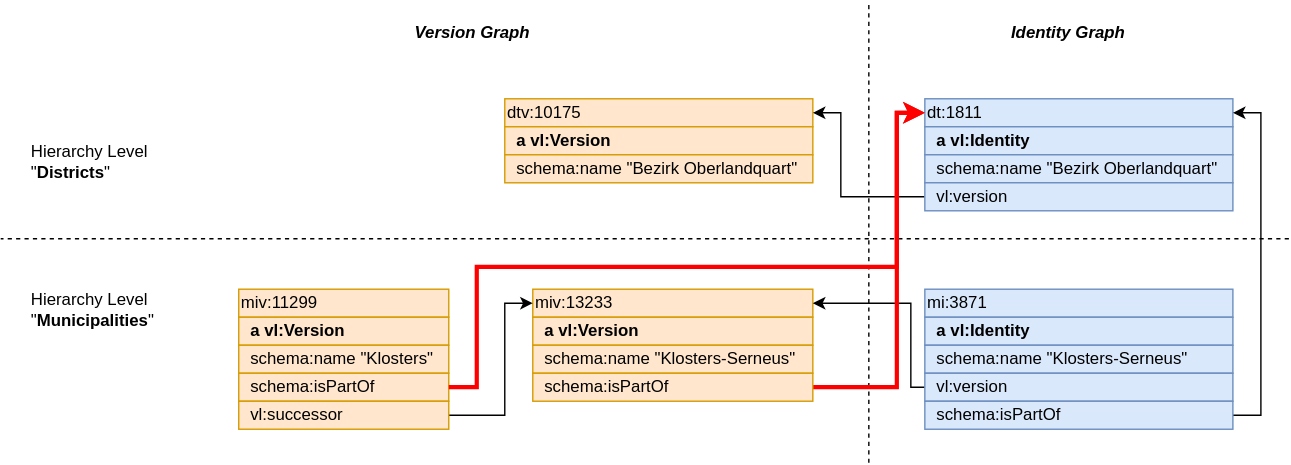
The draw.io diagram img/linking_hierarchies.svg in SwissFederalArchives/version-link, before a commit. Source tidied: cells renumbered, new cells last; positions are measured from the earlier drawing's top-left corner, leaving out a move shared by most shapes.
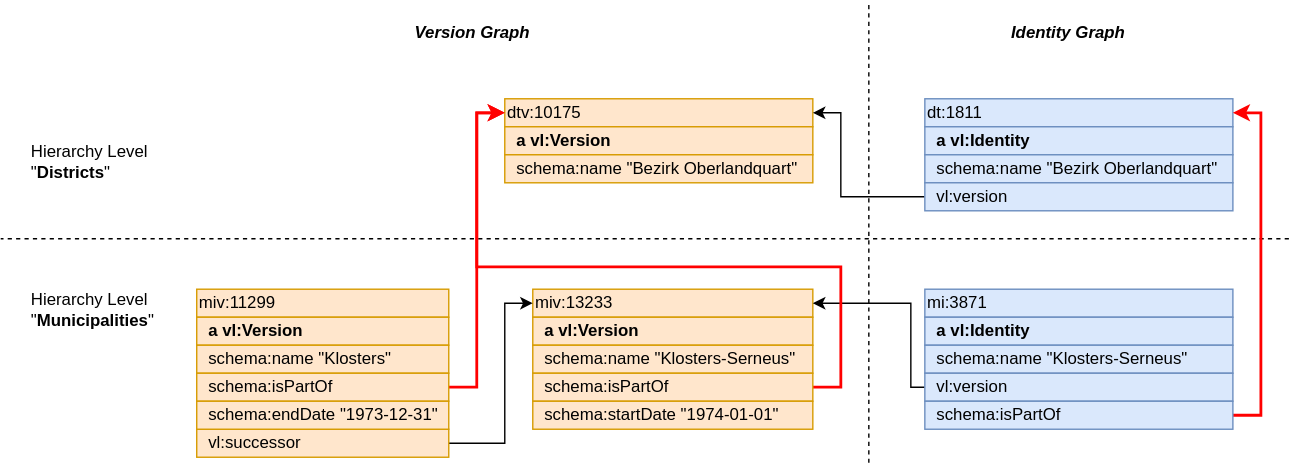
Later version of the same file.

Diff of the diagram source:
```diff
@@ -78,18 +78,20 @@
     <mxCell id="21" value="&amp;nbsp; vl:version" style="rounded=0;whiteSpace=wrap;html=1;fillColor=#dae8fc;strokeColor=#6c8ebf;align=left;fontSize=12;" parent="1" vertex="1">
       <mxGeometry x="660" y="130" width="220" height="20" as="geometry" />
     </mxCell>
-    <mxCell id="22" style="edgeStyle=orthogonalEdgeStyle;rounded=0;html=1;exitX=1;exitY=0.5;exitDx=0;exitDy=0;entryX=0;entryY=0.5;entryDx=0;entryDy=0;strokeColor=#FF0000;strokeWidth=3;" parent="1" edge="1" source="23" target="17">
-      <mxGeometry relative="1" as="geometry">
-        <Array as="points">
-          <mxPoint x="640" y="276" />
-          <mxPoint x="640" y="80" />
-        </Array>
-      </mxGeometry>
-    </mxCell>
+    <mxCell id="35" style="edgeStyle=orthogonalEdgeStyle;rounded=0;html=1;exitX=1;exitY=0.5;exitDx=0;exitDy=0;entryX=0;entryY=0.5;entryDx=0;entryDy=0;fillColor=#f8cecc;strokeColor=#FF0000;strokeWidth=2;" parent="1" edge="1" source="23" target="14">
+      <mxGeometry relative="1" as="geometry">
+        <Array as="points">
+          <mxPoint x="600" y="276" />
+          <mxPoint x="600" y="190" />
+          <mxPoint x="340" y="190" />
+          <mxPoint x="340" y="80" />
+        </Array>
+      </mxGeometry>
+    </mxCell>
     <mxCell id="23" value="&amp;nbsp; schema:isPartOf" style="rounded=0;whiteSpace=wrap;html=1;fillColor=#ffe6cc;strokeColor=#d79b00;align=left;fontSize=12;" parent="1" vertex="1">
       <mxGeometry x="380" y="266" width="200" height="20" as="geometry" />
     </mxCell>
-    <mxCell id="24" style="edgeStyle=orthogonalEdgeStyle;rounded=0;html=1;exitX=1;exitY=0.5;exitDx=0;exitDy=0;entryX=1;entryY=0.5;entryDx=0;entryDy=0;" parent="1" edge="1" source="25" target="17">
+    <mxCell id="24" style="edgeStyle=orthogonalEdgeStyle;rounded=0;html=1;exitX=1;exitY=0.5;exitDx=0;exitDy=0;entryX=1;entryY=0.5;entryDx=0;entryDy=0;strokeColor=#FF0000;strokeWidth=2;" parent="1" edge="1" source="25" target="17">
       <mxGeometry relative="1" as="geometry">
         <Array as="points">
           <mxPoint x="900" y="296" />
@@ -107,37 +109,36 @@
       <mxGeometry x="20" y="100" width="100" height="30" as="geometry" />
     </mxCell>
     <mxCell id="28" value="miv:11299" style="rounded=0;whiteSpace=wrap;html=1;fillColor=#ffe6cc;strokeColor=#d79b00;align=left;fontSize=12;" parent="1" vertex="1">
-      <mxGeometry x="170" y="206" width="150" height="20" as="geometry" />
+      <mxGeometry x="140" y="206" width="180" height="20" as="geometry" />
     </mxCell>
     <mxCell id="29" value="&lt;div style=&quot;font-size: 12px;&quot;&gt;&lt;b style=&quot;font-size: 12px;&quot;&gt;&amp;nbsp; a vl:Version&lt;/b&gt;&lt;br style=&quot;font-size: 12px;&quot;&gt;&lt;/div&gt;" style="rounded=0;whiteSpace=wrap;html=1;fillColor=#ffe6cc;strokeColor=#d79b00;align=left;fontSize=12;" parent="1" vertex="1">
-      <mxGeometry x="170" y="226" width="150" height="20" as="geometry" />
+      <mxGeometry x="140" y="226" width="180" height="20" as="geometry" />
     </mxCell>
     <mxCell id="30" value="&amp;nbsp; schema:name &quot;Klosters&quot;" style="rounded=0;whiteSpace=wrap;html=1;fillColor=#ffe6cc;strokeColor=#d79b00;align=left;fontSize=12;" parent="1" vertex="1">
-      <mxGeometry x="170" y="246" width="150" height="20" as="geometry" />
+      <mxGeometry x="140" y="246" width="180" height="20" as="geometry" />
     </mxCell>
+    <mxCell id="34" style="edgeStyle=orthogonalEdgeStyle;html=1;exitX=1;exitY=0.5;exitDx=0;exitDy=0;entryX=0;entryY=0.5;entryDx=0;entryDy=0;rounded=0;strokeColor=#FF0000;strokeWidth=2;" parent="1" edge="1" source="31" target="14">
+      <mxGeometry relative="1" as="geometry" />
+    </mxCell>
     <mxCell id="31" value="&amp;nbsp; schema:isPartOf" style="rounded=0;whiteSpace=wrap;html=1;fillColor=#ffe6cc;strokeColor=#d79b00;align=left;fontSize=12;" parent="1" vertex="1">
-      <mxGeometry x="170" y="266" width="150" height="20" as="geometry" />
+      <mxGeometry x="140" y="266" width="180" height="20" as="geometry" />
     </mxCell>
     <mxCell id="32" style="edgeStyle=orthogonalEdgeStyle;html=1;exitX=1;exitY=0.5;exitDx=0;exitDy=0;entryX=0;entryY=0.5;entryDx=0;entryDy=0;rounded=0;" parent="1" edge="1" source="33" target="2">
       <mxGeometry relative="1" as="geometry">
         <Array as="points">
-          <mxPoint x="360" y="296" />
+          <mxPoint x="360" y="316" />
           <mxPoint x="360" y="216" />
         </Array>
       </mxGeometry>
     </mxCell>
     <mxCell id="33" value="&amp;nbsp; vl:successor" style="rounded=0;whiteSpace=wrap;html=1;fillColor=#ffe6cc;strokeColor=#d79b00;align=left;fontSize=12;" parent="1" vertex="1">
-      <mxGeometry x="170" y="286" width="150" height="20" as="geometry" />
+      <mxGeometry x="140" y="306" width="180" height="20" as="geometry" />
     </mxCell>
-    <mxCell id="34" style="edgeStyle=orthogonalEdgeStyle;rounded=0;html=1;exitX=1;exitY=0.5;exitDx=0;exitDy=0;entryX=0;entryY=0.5;entryDx=0;entryDy=0;strokeColor=#FF0000;strokeWidth=3;" parent="1" edge="1" source="31" target="17">
-      <mxGeometry relative="1" as="geometry">
-        <Array as="points">
-          <mxPoint x="340" y="276" />
-          <mxPoint x="340" y="190" />
-          <mxPoint x="640" y="190" />
-          <mxPoint x="640" y="80" />
-        </Array>
-      </mxGeometry>
-    </mxCell>
+    <mxCell id="36" value="&lt;font style=&quot;font-size: 12px;&quot;&gt;&amp;nbsp; schema:endDate &lt;font style=&quot;font-size: 12px;&quot;&gt;&quot;1973-12-31&quot;&lt;/font&gt;&lt;/font&gt;" style="rounded=0;whiteSpace=wrap;html=1;fillColor=#ffe6cc;strokeColor=#d79b00;align=left;fontSize=12;" parent="1" vertex="1">
+      <mxGeometry x="140" y="286" width="180" height="20" as="geometry" />
+    </mxCell>
+    <mxCell id="37" value="&lt;font style=&quot;font-size: 12px;&quot;&gt;&amp;nbsp; schema:startDate &lt;font style=&quot;font-size: 12px;&quot;&gt;&quot;1974-01-01&quot;&lt;/font&gt;&lt;/font&gt;" style="rounded=0;whiteSpace=wrap;html=1;fillColor=#ffe6cc;strokeColor=#d79b00;align=left;fontSize=12;" parent="1" vertex="1">
+      <mxGeometry x="380" y="286" width="200" height="20" as="geometry" />
+    </mxCell>
   </root>
 </mxGraphModel>
```
